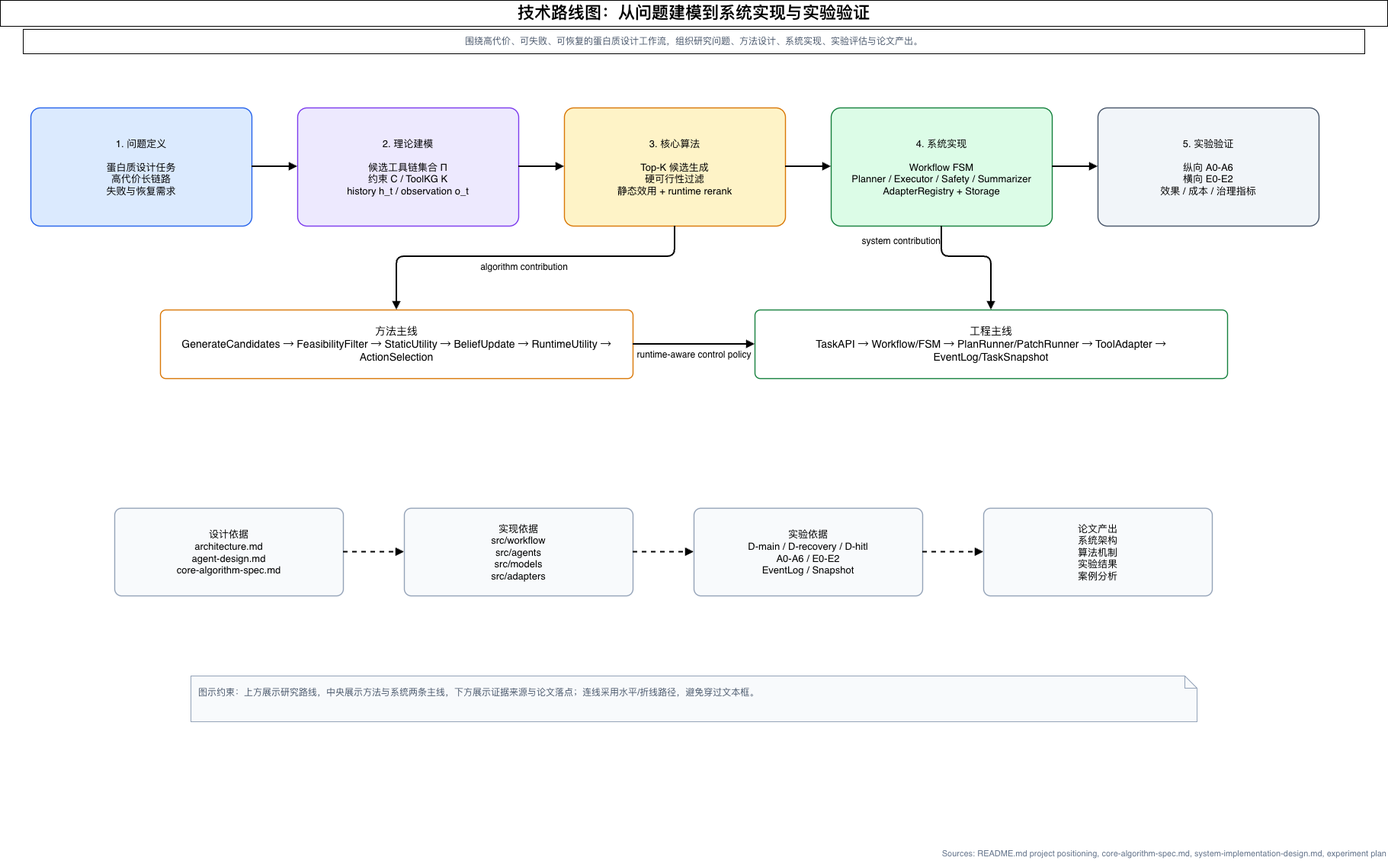
This is paper/figures/technical-route.drawio.png from Yuri-Kon/thesis-project, a draw.io export, as it was before one commit. Source tidied: cells renumbered, new cells last; positions are measured from the earlier drawing's top-left corner, leaving out a move shared by most shapes.
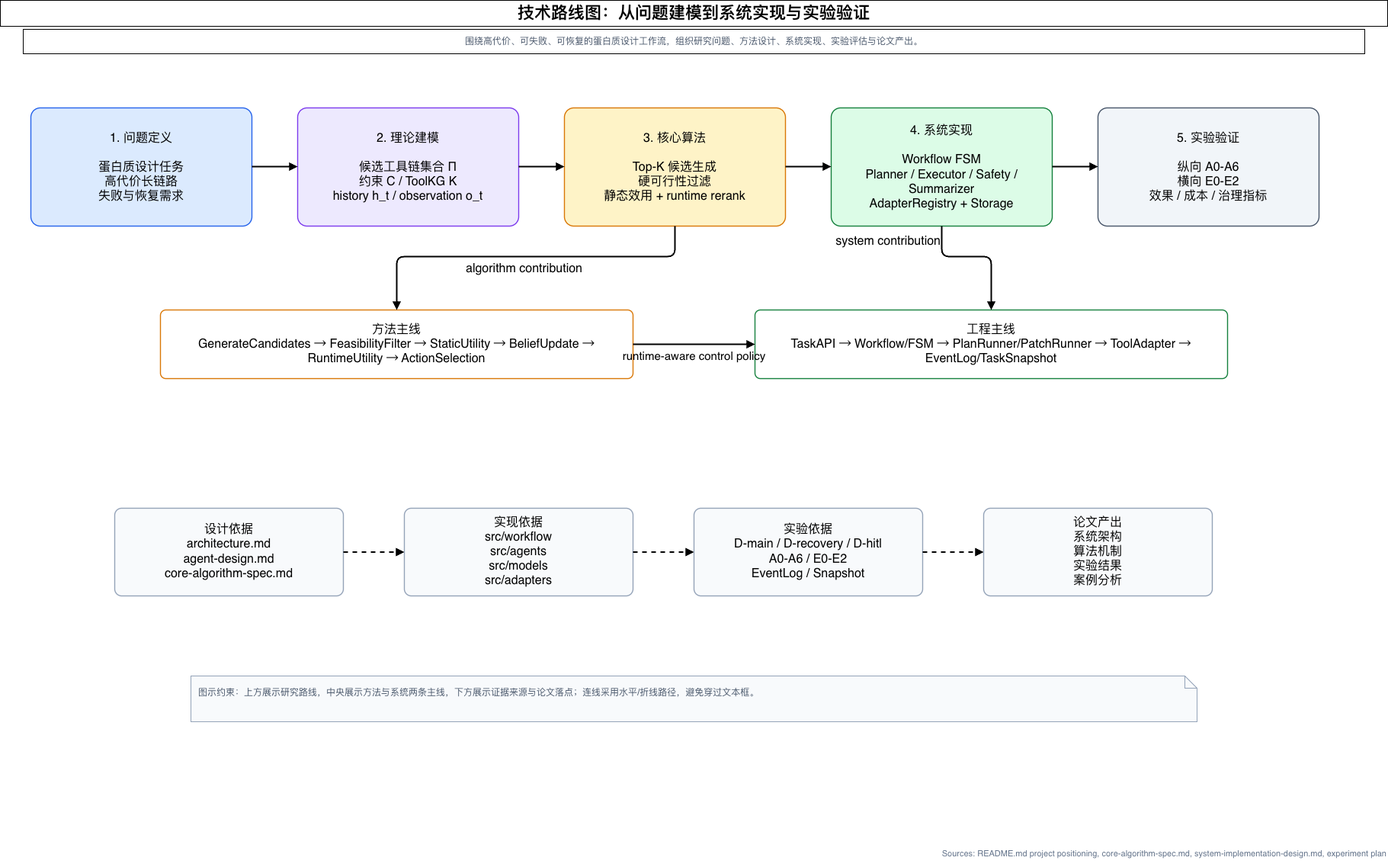
Later version of the same file.

Diff of the diagram source:
```diff
@@ -8,19 +8,19 @@
     <mxCell id="3" value="围绕高代价、可失败、可恢复的蛋白质设计工作流，组织研究问题、方法设计、系统实现、实验评估与论文产出。" style="fontFamily=Helvetica;fontSize=12;fontColor=#475569;align=center;verticalAlign=middle;whiteSpace=wrap;html=1;" parent="1" vertex="1">
       <mxGeometry x="30" y="38" width="1760" height="32" as="geometry" />
     </mxCell>
-    <mxCell id="4" value="1. 问题定义&lt;br&gt;&lt;br&gt;蛋白质设计任务&lt;br&gt;高代价长链路&lt;br&gt;失败与恢复需求" style="rounded=1;whiteSpace=wrap;html=1;arcSize=8;fillColor=#DBEAFE;strokeColor=#2563EB;strokeWidth=1.4;fontFamily=Helvetica;fontSize=13;align=center;verticalAlign=middle;spacing=8;" parent="1" vertex="1">
+    <mxCell id="4" value="1. 问题定义&lt;br&gt;&lt;br&gt;蛋白质设计任务&lt;br&gt;高代价长链路&lt;br&gt;失败与恢复需求" style="rounded=1;whiteSpace=wrap;html=1;arcSize=8;fillColor=#DBEAFE;strokeColor=#2563EB;strokeWidth=1.4;fontFamily=Helvetica;fontSize=16;align=center;verticalAlign=middle;spacing=8;" parent="1" vertex="1">
       <mxGeometry x="40" y="141" width="290" height="155" as="geometry" />
     </mxCell>
-    <mxCell id="5" value="2. 理论建模&lt;br&gt;&lt;br&gt;候选工具链集合 Π&lt;br&gt;约束 C / ToolKG K&lt;br&gt;history h_t / observation o_t" style="rounded=1;whiteSpace=wrap;html=1;arcSize=8;fillColor=#EDE9FE;strokeColor=#7C3AED;strokeWidth=1.4;fontFamily=Helvetica;fontSize=13;align=center;verticalAlign=middle;spacing=8;" parent="1" vertex="1">
+    <mxCell id="5" value="2. 理论建模&lt;br&gt;&lt;br&gt;候选工具链集合 Π&lt;br&gt;约束 C / ToolKG K&lt;br&gt;history h_t / observation o_t" style="rounded=1;whiteSpace=wrap;html=1;arcSize=8;fillColor=#EDE9FE;strokeColor=#7C3AED;strokeWidth=1.4;fontFamily=Helvetica;fontSize=16;align=center;verticalAlign=middle;spacing=8;" parent="1" vertex="1">
       <mxGeometry x="390" y="141" width="290" height="155" as="geometry" />
     </mxCell>
-    <mxCell id="6" value="3. 核心算法&lt;br&gt;&lt;br&gt;Top-K 候选生成&lt;br&gt;硬可行性过滤&lt;br&gt;静态效用 + runtime rerank" style="rounded=1;whiteSpace=wrap;html=1;arcSize=8;fillColor=#FEF3C7;strokeColor=#D97706;strokeWidth=1.4;fontFamily=Helvetica;fontSize=13;align=center;verticalAlign=middle;spacing=8;" parent="1" vertex="1">
+    <mxCell id="6" value="3. 核心算法&lt;br&gt;&lt;br&gt;Top-K 候选生成&lt;br&gt;硬可行性过滤&lt;br&gt;静态效用 + runtime rerank" style="rounded=1;whiteSpace=wrap;html=1;arcSize=8;fillColor=#FEF3C7;strokeColor=#D97706;strokeWidth=1.4;fontFamily=Helvetica;fontSize=16;align=center;verticalAlign=middle;spacing=8;" parent="1" vertex="1">
       <mxGeometry x="740" y="141" width="290" height="155" as="geometry" />
     </mxCell>
-    <mxCell id="7" value="4. 系统实现&lt;br&gt;&lt;br&gt;Workflow FSM&lt;br&gt;Planner / Executor / Safety / Summarizer&lt;br&gt;AdapterRegistry + Storage" style="rounded=1;whiteSpace=wrap;html=1;arcSize=8;fillColor=#DCFCE7;strokeColor=#15803D;strokeWidth=1.4;fontFamily=Helvetica;fontSize=13;align=center;verticalAlign=middle;spacing=8;" parent="1" vertex="1">
+    <mxCell id="7" value="4. 系统实现&lt;br&gt;&lt;br&gt;Workflow FSM&lt;br&gt;Planner / Executor / Safety / Summarizer&lt;br&gt;AdapterRegistry + Storage" style="rounded=1;whiteSpace=wrap;html=1;arcSize=8;fillColor=#DCFCE7;strokeColor=#15803D;strokeWidth=1.4;fontFamily=Helvetica;fontSize=16;align=center;verticalAlign=middle;spacing=8;" parent="1" vertex="1">
       <mxGeometry x="1090" y="141" width="290" height="155" as="geometry" />
     </mxCell>
-    <mxCell id="8" value="5. 实验验证&lt;br&gt;&lt;br&gt;纵向 A0-A6&lt;br&gt;横向 E0-E2&lt;br&gt;效果 / 成本 / 治理指标" style="rounded=1;whiteSpace=wrap;html=1;arcSize=8;fillColor=#F1F5F9;strokeColor=#475569;strokeWidth=1.4;fontFamily=Helvetica;fontSize=13;align=center;verticalAlign=middle;spacing=8;" parent="1" vertex="1">
+    <mxCell id="8" value="5. 实验验证&lt;br&gt;&lt;br&gt;纵向 A0-A6&lt;br&gt;横向 E0-E2&lt;br&gt;效果 / 成本 / 治理指标" style="rounded=1;whiteSpace=wrap;html=1;arcSize=8;fillColor=#F1F5F9;strokeColor=#475569;strokeWidth=1.4;fontFamily=Helvetica;fontSize=16;align=center;verticalAlign=middle;spacing=8;" parent="1" vertex="1">
       <mxGeometry x="1440" y="141" width="290" height="155" as="geometry" />
     </mxCell>
     <mxCell id="9" style="endArrow=block;html=1;rounded=1;strokeWidth=2;fontSize=12;fontFamily=Helvetica;labelBackgroundColor=none;" parent="1" edge="1" source="4" target="5">
@@ -55,13 +55,13 @@
         </Array>
       </mxGeometry>
     </mxCell>
-    <mxCell id="13" value="方法主线&lt;br&gt;GenerateCandidates → FeasibilityFilter → StaticUtility → BeliefUpdate → RuntimeUtility → ActionSelection" style="rounded=1;whiteSpace=wrap;html=1;arcSize=8;fillColor=#FFFFFF;strokeColor=#D97706;strokeWidth=1.4;fontFamily=Helvetica;fontSize=14;align=center;verticalAlign=middle;spacing=8;" parent="1" vertex="1">
+    <mxCell id="13" value="方法主线&lt;br&gt;GenerateCandidates → FeasibilityFilter → StaticUtility → BeliefUpdate → RuntimeUtility → ActionSelection" style="rounded=1;whiteSpace=wrap;html=1;arcSize=8;fillColor=#FFFFFF;strokeColor=#D97706;strokeWidth=1.4;fontFamily=Helvetica;fontSize=16;align=center;verticalAlign=middle;spacing=8;" parent="1" vertex="1">
       <mxGeometry x="210" y="406" width="620" height="90" as="geometry" />
     </mxCell>
-    <mxCell id="14" value="工程主线&lt;br&gt;TaskAPI → Workflow/FSM → PlanRunner/PatchRunner → ToolAdapter → EventLog/TaskSnapshot" style="rounded=1;whiteSpace=wrap;html=1;arcSize=8;fillColor=#FFFFFF;strokeColor=#15803D;strokeWidth=1.4;fontFamily=Helvetica;fontSize=14;align=center;verticalAlign=middle;spacing=8;" parent="1" vertex="1">
+    <mxCell id="14" value="工程主线&lt;br&gt;TaskAPI → Workflow/FSM → PlanRunner/PatchRunner → ToolAdapter → EventLog/TaskSnapshot" style="rounded=1;whiteSpace=wrap;html=1;arcSize=8;fillColor=#FFFFFF;strokeColor=#15803D;strokeWidth=1.4;fontFamily=Helvetica;fontSize=16;align=center;verticalAlign=middle;spacing=8;" parent="1" vertex="1">
       <mxGeometry x="990" y="406" width="620" height="90" as="geometry" />
     </mxCell>
-    <mxCell id="15" value="algorithm contribution" style="endArrow=block;html=1;rounded=1;strokeWidth=2;fontSize=12;fontFamily=Helvetica;labelBackgroundColor=none;labelPosition=center;verticalLabelPosition=bottom;align=center;verticalAlign=top;" parent="1" edge="1" source="6" target="13">
+    <mxCell id="15" value="algorithm contribution" style="endArrow=block;html=1;rounded=1;strokeWidth=2;fontSize=16;fontFamily=Helvetica;labelBackgroundColor=none;labelPosition=center;verticalLabelPosition=bottom;align=center;verticalAlign=top;" parent="1" edge="1" source="6" target="13">
       <mxGeometry relative="1" as="geometry">
         <Array as="points">
           <mxPoint x="885" y="336" />
@@ -69,7 +69,7 @@
         </Array>
       </mxGeometry>
     </mxCell>
-    <mxCell id="16" value="system contribution" style="endArrow=block;html=1;rounded=1;strokeWidth=2;fontSize=12;fontFamily=Helvetica;labelBackgroundColor=none;labelPosition=left;verticalLabelPosition=middle;align=right;verticalAlign=middle;" parent="1" edge="1" source="7" target="14">
+    <mxCell id="16" value="system contribution" style="endArrow=block;html=1;rounded=1;strokeWidth=2;fontSize=16;fontFamily=Helvetica;labelBackgroundColor=none;labelPosition=left;verticalLabelPosition=middle;align=right;verticalAlign=middle;" parent="1" edge="1" source="7" target="14">
       <mxGeometry x="-0.77" relative="1" as="geometry">
         <Array as="points">
           <mxPoint x="1235" y="336" />
@@ -77,7 +77,7 @@
         </Array>
       </mxGeometry>
     </mxCell>
-    <mxCell id="17" value="runtime-aware control policy" style="endArrow=block;html=1;rounded=1;strokeWidth=2;fontSize=12;fontFamily=Helvetica;labelBackgroundColor=none;labelPosition=center;verticalLabelPosition=bottom;align=center;verticalAlign=top;" parent="1" edge="1" source="13" target="14">
+    <mxCell id="17" value="runtime-aware control policy" style="endArrow=block;html=1;rounded=1;strokeWidth=2;fontSize=15;fontFamily=Helvetica;labelBackgroundColor=none;labelPosition=center;verticalLabelPosition=bottom;align=center;verticalAlign=top;" parent="1" edge="1" source="13" target="14">
       <mxGeometry relative="1" as="geometry">
         <Array as="points">
           <mxPoint x="890" y="451" />
@@ -85,16 +85,16 @@
         </Array>
       </mxGeometry>
     </mxCell>
-    <mxCell id="18" value="设计依据&lt;br&gt;architecture.md&lt;br&gt;agent-design.md&lt;br&gt;core-algorithm-spec.md" style="rounded=1;whiteSpace=wrap;html=1;arcSize=8;fillColor=#F8FAFC;strokeColor=#94A3B8;strokeWidth=1.4;fontFamily=Helvetica;fontSize=13;align=center;verticalAlign=middle;spacing=8;" parent="1" vertex="1">
+    <mxCell id="18" value="设计依据&lt;br&gt;architecture.md&lt;br&gt;agent-design.md&lt;br&gt;core-algorithm-spec.md" style="rounded=1;whiteSpace=wrap;html=1;arcSize=8;fillColor=#F8FAFC;strokeColor=#94A3B8;strokeWidth=1.4;fontFamily=Helvetica;fontSize=16;align=center;verticalAlign=middle;spacing=8;" parent="1" vertex="1">
       <mxGeometry x="150" y="666" width="300" height="115" as="geometry" />
     </mxCell>
-    <mxCell id="19" value="实现依据&lt;br&gt;src/workflow&lt;br&gt;src/agents&lt;br&gt;src/models&lt;br&gt;src/adapters" style="rounded=1;whiteSpace=wrap;html=1;arcSize=8;fillColor=#F8FAFC;strokeColor=#94A3B8;strokeWidth=1.4;fontFamily=Helvetica;fontSize=13;align=center;verticalAlign=middle;spacing=8;" parent="1" vertex="1">
+    <mxCell id="19" value="实现依据&lt;br&gt;src/workflow&lt;br&gt;src/agents&lt;br&gt;src/models&lt;br&gt;src/adapters" style="rounded=1;whiteSpace=wrap;html=1;arcSize=8;fillColor=#F8FAFC;strokeColor=#94A3B8;strokeWidth=1.4;fontFamily=Helvetica;fontSize=16;align=center;verticalAlign=middle;spacing=8;" parent="1" vertex="1">
       <mxGeometry x="530" y="666" width="300" height="115" as="geometry" />
     </mxCell>
-    <mxCell id="20" value="实验依据&lt;br&gt;D-main / D-recovery / D-hitl&lt;br&gt;A0-A6 / E0-E2&lt;br&gt;EventLog / Snapshot" style="rounded=1;whiteSpace=wrap;html=1;arcSize=8;fillColor=#F8FAFC;strokeColor=#94A3B8;strokeWidth=1.4;fontFamily=Helvetica;fontSize=13;align=center;verticalAlign=middle;spacing=8;" parent="1" vertex="1">
+    <mxCell id="20" value="实验依据&lt;br&gt;D-main / D-recovery / D-hitl&lt;br&gt;A0-A6 / E0-E2&lt;br&gt;EventLog / Snapshot" style="rounded=1;whiteSpace=wrap;html=1;arcSize=8;fillColor=#F8FAFC;strokeColor=#94A3B8;strokeWidth=1.4;fontFamily=Helvetica;fontSize=16;align=center;verticalAlign=middle;spacing=8;" parent="1" vertex="1">
       <mxGeometry x="910" y="666" width="300" height="115" as="geometry" />
     </mxCell>
-    <mxCell id="21" value="论文产出&lt;br&gt;系统架构&lt;br&gt;算法机制&lt;br&gt;实验结果&lt;br&gt;案例分析" style="rounded=1;whiteSpace=wrap;html=1;arcSize=8;fillColor=#F8FAFC;strokeColor=#94A3B8;strokeWidth=1.4;fontFamily=Helvetica;fontSize=13;align=center;verticalAlign=middle;spacing=8;" parent="1" vertex="1">
+    <mxCell id="21" value="论文产出&lt;br&gt;系统架构&lt;br&gt;算法机制&lt;br&gt;实验结果&lt;br&gt;案例分析" style="rounded=1;whiteSpace=wrap;html=1;arcSize=8;fillColor=#F8FAFC;strokeColor=#94A3B8;strokeWidth=1.4;fontFamily=Helvetica;fontSize=16;align=center;verticalAlign=middle;spacing=8;" parent="1" vertex="1">
       <mxGeometry x="1290" y="666" width="300" height="115" as="geometry" />
     </mxCell>
     <mxCell id="22" style="endArrow=block;html=1;rounded=1;strokeWidth=2;fontSize=12;fontFamily=Helvetica;labelBackgroundColor=none;dashed=1;" parent="1" edge="1" source="18" target="19">
```
